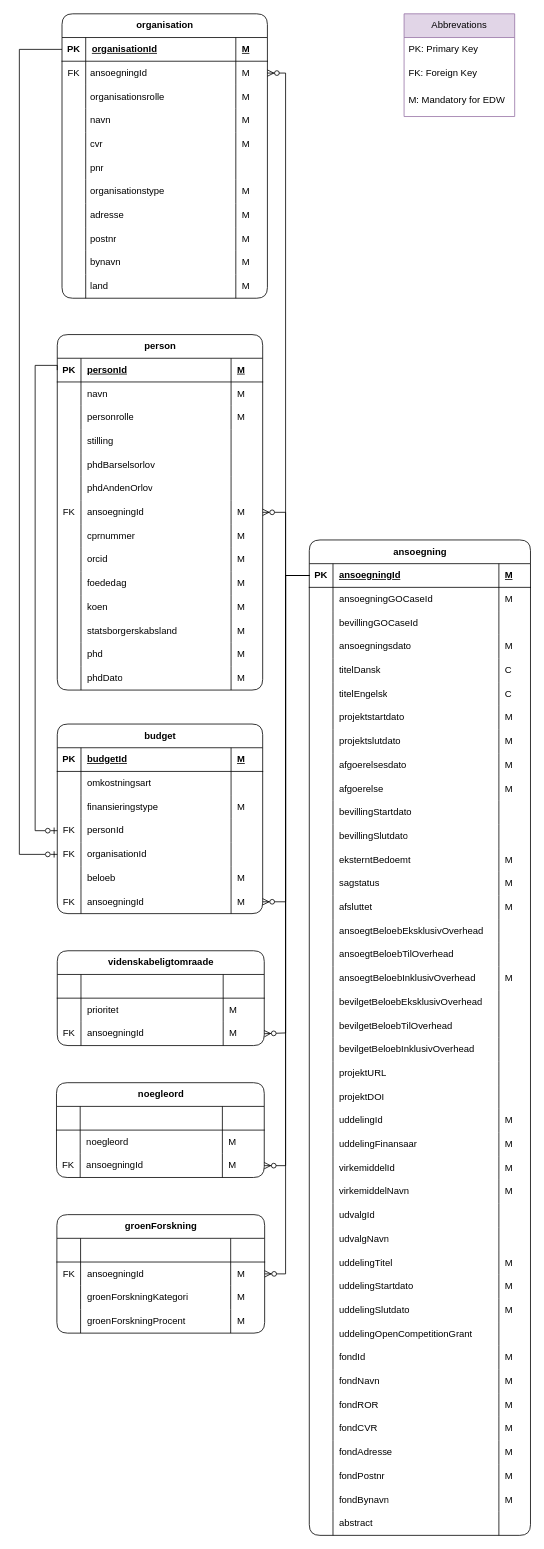
thomas-lange-dk/Grants keeps this draw.io diagram as page "NY Raw" (4 of 5) of Grants model.drawio. Above is the earlier version. Source tidied: cells renumbered, new cells numbered last; positions are measured from the earlier drawing's top-left corner, leaving out a move shared by most shapes. Both pictures are drawn from the tidied source at 79%, with x=0, y=0 at pixel (19, 13).
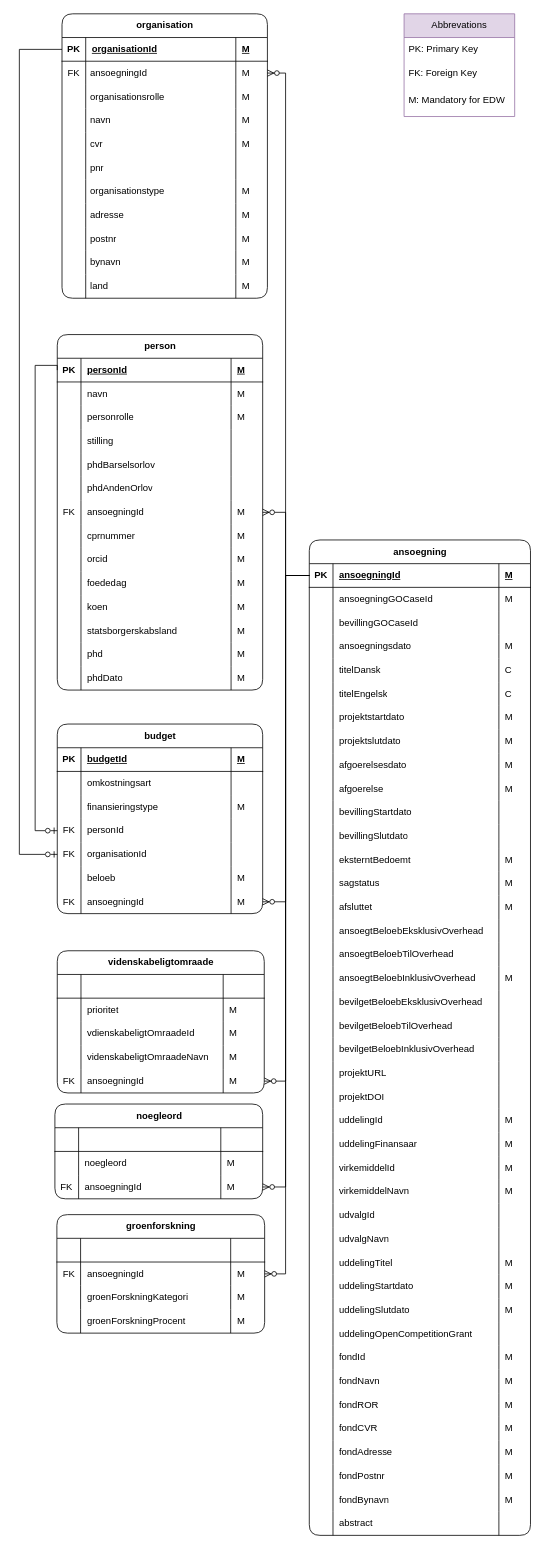
Above is the later version.

Unchanged cells that the change refers to:
```xml
<mxCell id="59" value="M" style="shape=partialRectangle;fillColor=none;top=0;left=0;bottom=0;right=0;align=left;spacingLeft=6;overflow=hidden;whiteSpace=wrap;html=1;shadow=0;" parent="56" vertex="1">
  <mxGeometry x="210" width="53" height="30" as="geometry" />
</mxCell>
<mxCell id="72" value="M" style="shape=partialRectangle;fillColor=none;top=0;left=0;bottom=0;right=0;align=left;spacingLeft=6;overflow=hidden;whiteSpace=wrap;html=1;shadow=0;" parent="69" vertex="1">
  <mxGeometry x="210" width="52" height="30" as="geometry" />
</mxCell>
<mxCell id="79" style="shape=tableRow;horizontal=0;startSize=0;swimlaneHead=0;swimlaneBody=0;fillColor=none;points=[[0,0.5],[1,0.5]];portConstraint=eastwest;top=0;left=0;right=0;bottom=1;shadow=0;" parent="78" vertex="1">
  <mxGeometry y="30" width="280" height="30" as="geometry" />
</mxCell>
<mxCell id="80" value="PK" style="shape=partialRectangle;fillColor=none;top=0;left=0;bottom=0;right=0;fontStyle=1;overflow=hidden;whiteSpace=wrap;html=1;shadow=0;" parent="79" vertex="1">
  <mxGeometry width="30" height="30" as="geometry" />
</mxCell>
```

What changed in the source:
```diff
@@
     <mxCell id="47" value="noegleord" style="shape=table;startSize=30;childLayout=tableLayout;rowLines=0;fontStyle=1;align=center;html=1;shadow=0;rounded=1;" parent="1" vertex="1">
-      <mxGeometry x="47" y="1353" width="263" height="120" as="geometry" />
+      <mxGeometry x="45" y="1380" width="263" height="120" as="geometry" />
     </mxCell>
@@
     <mxCell id="60" value="videnskabeligtomraade" style="shape=table;startSize=30;childLayout=tableLayout;rowLines=0;fontStyle=1;align=center;html=1;shadow=0;rounded=1;" parent="1" vertex="1">
-      <mxGeometry x="48" y="1186" width="262" height="120" as="geometry" />
+      <mxGeometry x="48" y="1186" width="262" height="180" as="geometry" />
     </mxCell>
@@
+    <mxCell id="353" style="shape=tableRow;horizontal=0;startSize=0;swimlaneHead=0;swimlaneBody=0;fillColor=none;top=0;left=0;right=0;bottom=0;shadow=0;" parent="60" vertex="1">
+      <mxGeometry y="90" width="262" height="30" as="geometry" />
+    </mxCell>
+    <mxCell id="354" style="shape=partialRectangle;fillColor=none;top=0;left=0;bottom=0;right=0;overflow=hidden;whiteSpace=wrap;html=1;shadow=0;" parent="353" vertex="1">
+      <mxGeometry width="30" height="30" as="geometry" />
+    </mxCell>
+    <mxCell id="355" value="vdienskabeligtOmraadeId" style="shape=partialRectangle;fillColor=none;top=0;left=0;bottom=0;right=0;align=left;spacingLeft=6;overflow=hidden;whiteSpace=wrap;html=1;shadow=0;" parent="353" vertex="1">
+      <mxGeometry x="30" width="180" height="30" as="geometry" />
+    </mxCell>
+    <mxCell id="356" value="M" style="shape=partialRectangle;fillColor=none;top=0;left=0;bottom=0;right=0;align=left;spacingLeft=6;overflow=hidden;whiteSpace=wrap;html=1;shadow=0;" parent="353" vertex="1">
+      <mxGeometry x="210" width="52" height="30" as="geometry" />
+    </mxCell>
+    <mxCell id="357" style="shape=tableRow;horizontal=0;startSize=0;swimlaneHead=0;swimlaneBody=0;fillColor=none;top=0;left=0;right=0;bottom=0;shadow=0;" parent="60" vertex="1">
+      <mxGeometry y="120" width="262" height="30" as="geometry" />
+    </mxCell>
+    <mxCell id="358" style="shape=partialRectangle;fillColor=none;top=0;left=0;bottom=0;right=0;overflow=hidden;whiteSpace=wrap;html=1;shadow=0;" parent="357" vertex="1">
+      <mxGeometry width="30" height="30" as="geometry" />
+    </mxCell>
+    <mxCell id="359" value="videnskabeligtOmraadeNavn" style="shape=partialRectangle;fillColor=none;top=0;left=0;bottom=0;right=0;align=left;spacingLeft=6;overflow=hidden;whiteSpace=wrap;html=1;shadow=0;" parent="357" vertex="1">
+      <mxGeometry x="30" width="180" height="30" as="geometry" />
+    </mxCell>
+    <mxCell id="360" value="M" style="shape=partialRectangle;fillColor=none;top=0;left=0;bottom=0;right=0;align=left;spacingLeft=6;overflow=hidden;whiteSpace=wrap;html=1;shadow=0;" parent="357" vertex="1">
+      <mxGeometry x="210" width="52" height="30" as="geometry" />
+    </mxCell>
     <mxCell id="69" style="shape=tableRow;horizontal=0;startSize=0;swimlaneHead=0;swimlaneBody=0;fillColor=none;top=0;left=0;right=0;bottom=0;shadow=0;" parent="60" vertex="1">
-      <mxGeometry y="90" width="262" height="30" as="geometry" />
+      <mxGeometry y="150" width="262" height="30" as="geometry" />
     </mxCell>
@@
     <mxCell id="73" style="edgeStyle=orthogonalEdgeStyle;fontSize=12;html=1;endArrow=ERzeroToMany;endFill=1;rounded=0;shadow=0;entryX=1;entryY=0.5;entryDx=0;entryDy=0;" parent="1" edge="1" source="79" target="72">
       <mxGeometry relative="1" as="geometry">
         <Array as="points">
           <mxPoint x="337" y="711" />
-          <mxPoint x="337" y="1290" />
-          <mxPoint x="310" y="1290" />
+          <mxPoint x="337" y="1351" />
         </Array>
       </mxGeometry>
     </mxCell>
@@
     <mxCell id="329" style="edgeStyle=orthogonalEdgeStyle;fontSize=12;html=1;endArrow=ERzeroToMany;endFill=1;rounded=0;shadow=0;exitX=0;exitY=0.5;exitDx=0;exitDy=0;entryX=1;entryY=0.5;entryDx=0;entryDy=0;" parent="1" edge="1" source="80" target="59">
       <mxGeometry relative="1" as="geometry">
         <Array as="points">
           <mxPoint x="337" y="711" />
-          <mxPoint x="337" y="1458" />
+          <mxPoint x="337" y="1485" />
         </Array>
       </mxGeometry>
     </mxCell>
@@
-    <mxCell id="335" value="groenForskning" style="shape=table;startSize=30;childLayout=tableLayout;rowLines=0;fontStyle=1;align=center;html=1;shadow=0;rounded=1;" parent="1" vertex="1">
+    <mxCell id="335" value="groenforskning" style="shape=table;startSize=30;childLayout=tableLayout;rowLines=0;fontStyle=1;align=center;html=1;shadow=0;rounded=1;" parent="1" vertex="1">
       <mxGeometry x="47.5" y="1520" width="263" height="150" as="geometry" />
     </mxCell>
```
